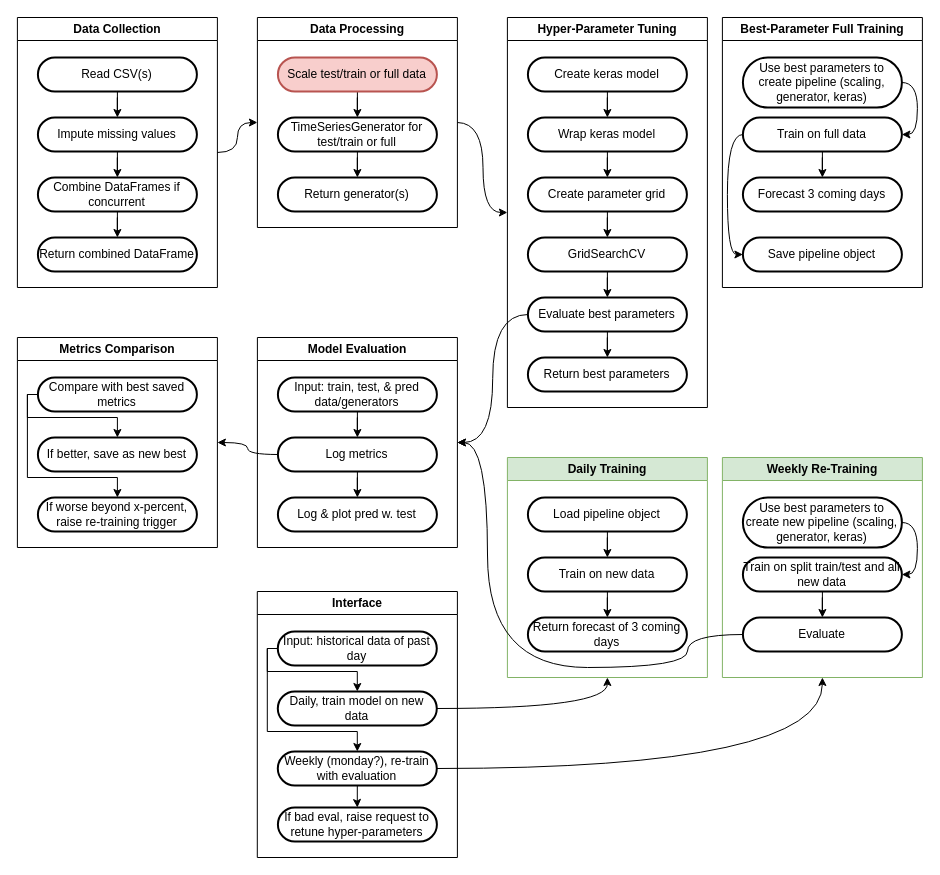
GabeLack/Machine-Learning-App keeps this draw.io diagram as RNN Diagram.drawio. Above is the earlier version. Source tidied: cells renumbered, new cells numbered last; positions are measured from the earlier drawing's top-left corner, leaving out a move shared by most shapes. Both pictures are drawn from the tidied source at 100%, with x=0, y=0 at pixel (17, 17).
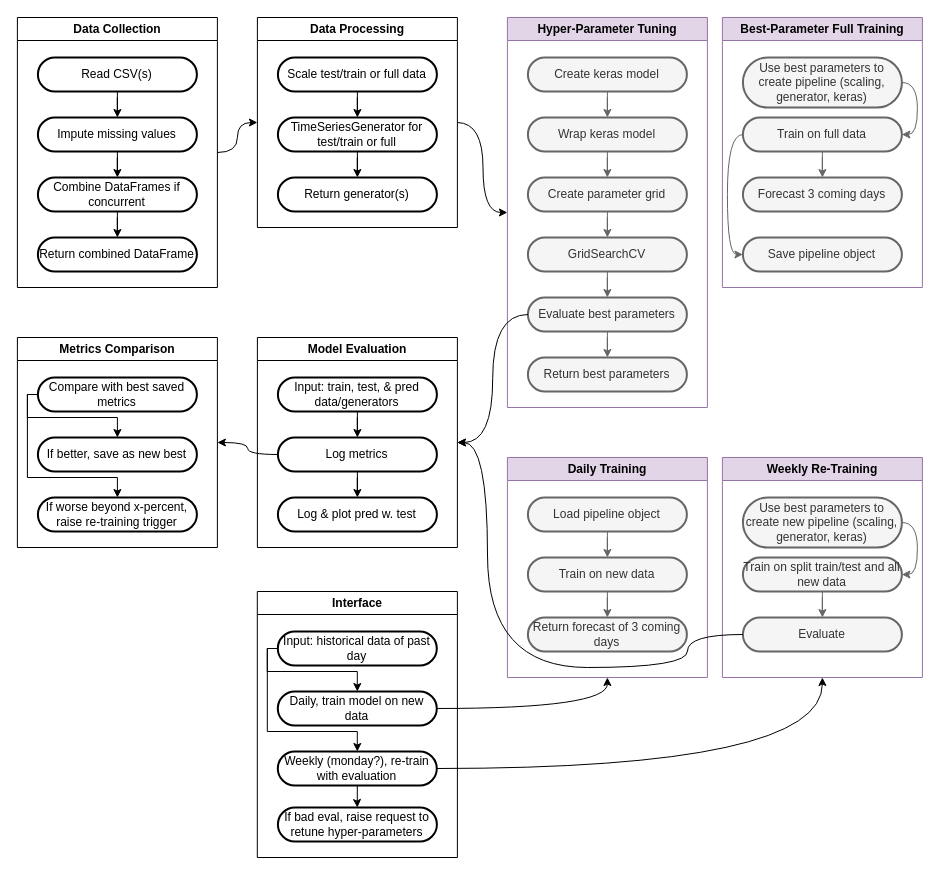
After the change.

Unchanged cells that the change refers to:
```xml
<mxCell id="12" value="Data Processing" style="swimlane;whiteSpace=wrap;html=1;" parent="1" vertex="1">
  <mxGeometry x="239.9" width="200" height="210" as="geometry" />
</mxCell>
```

What changed in the source:
```diff
@@
-    <mxCell id="14" value="Scale test/train or full data" style="rounded=1;whiteSpace=wrap;arcSize=50;strokeWidth=2;fillColor=#f8cecc;strokeColor=#b85450;" parent="12" vertex="1">
+    <mxCell id="14" value="Scale test/train or full data" style="rounded=1;whiteSpace=wrap;arcSize=50;strokeWidth=2;" parent="12" vertex="1">
       <mxGeometry x="20.5" y="40" width="159" height="34" as="geometry" />
     </mxCell>
@@
-    <mxCell id="24" value="Hyper-Parameter Tuning" style="swimlane;whiteSpace=wrap;html=1;" parent="1" vertex="1">
+    <mxCell id="24" value="Hyper-Parameter Tuning" style="swimlane;whiteSpace=wrap;html=1;fillColor=#e1d5e7;strokeColor=#9673a6;" parent="1" vertex="1">
       <mxGeometry x="489.9" width="200" height="390" as="geometry" />
     </mxCell>
@@
-    <mxCell id="28" style="edgeStyle=orthogonalEdgeStyle;rounded=0;jettySize=auto;html=1;entryX=0.5;entryY=0;entryDx=0;entryDy=0;" parent="24" edge="1" source="29" target="31">
+    <mxCell id="28" style="edgeStyle=orthogonalEdgeStyle;rounded=0;jettySize=auto;html=1;entryX=0.5;entryY=0;entryDx=0;entryDy=0;fillColor=#f5f5f5;strokeColor=#666666;" parent="24" edge="1" source="29" target="31">
       <mxGeometry relative="1" as="geometry" />
     </mxCell>
-    <mxCell id="29" value="Create keras model" style="rounded=1;whiteSpace=wrap;arcSize=50;strokeWidth=2;" parent="24" vertex="1">
+    <mxCell id="29" value="Create keras model" style="rounded=1;whiteSpace=wrap;arcSize=50;strokeWidth=2;fillColor=#f5f5f5;strokeColor=#666666;fontColor=#333333;" parent="24" vertex="1">
       <mxGeometry x="20.5" y="40" width="159" height="34" as="geometry" />
     </mxCell>
-    <mxCell id="30" style="edgeStyle=orthogonalEdgeStyle;rounded=0;jettySize=auto;html=1;entryX=0.5;entryY=0;entryDx=0;entryDy=0;" parent="24" edge="1" source="31" target="33">
+    <mxCell id="30" style="edgeStyle=orthogonalEdgeStyle;rounded=0;jettySize=auto;html=1;entryX=0.5;entryY=0;entryDx=0;entryDy=0;fillColor=#f5f5f5;strokeColor=#666666;" parent="24" edge="1" source="31" target="33">
       <mxGeometry relative="1" as="geometry" />
     </mxCell>
-    <mxCell id="31" value="Wrap keras model" style="rounded=1;whiteSpace=wrap;arcSize=50;strokeWidth=2;" parent="24" vertex="1">
+    <mxCell id="31" value="Wrap keras model" style="rounded=1;whiteSpace=wrap;arcSize=50;strokeWidth=2;fillColor=#f5f5f5;strokeColor=#666666;fontColor=#333333;" parent="24" vertex="1">
       <mxGeometry x="20.5" y="100" width="159" height="34" as="geometry" />
     </mxCell>
-    <mxCell id="32" style="edgeStyle=orthogonalEdgeStyle;rounded=0;jettySize=auto;html=1;" parent="24" edge="1" source="33" target="35">
+    <mxCell id="32" style="edgeStyle=orthogonalEdgeStyle;rounded=0;jettySize=auto;html=1;fillColor=#f5f5f5;strokeColor=#666666;" parent="24" edge="1" source="33" target="35">
       <mxGeometry relative="1" as="geometry" />
     </mxCell>
-    <mxCell id="33" value="Create parameter grid" style="rounded=1;whiteSpace=wrap;arcSize=50;strokeWidth=2;" parent="24" vertex="1">
+    <mxCell id="33" value="Create parameter grid" style="rounded=1;whiteSpace=wrap;arcSize=50;strokeWidth=2;fillColor=#f5f5f5;strokeColor=#666666;fontColor=#333333;" parent="24" vertex="1">
       <mxGeometry x="20.5" y="160" width="159" height="34" as="geometry" />
     </mxCell>
-    <mxCell id="34" style="edgeStyle=orthogonalEdgeStyle;rounded=0;jettySize=auto;html=1;" parent="24" edge="1" source="35" target="37">
+    <mxCell id="34" style="edgeStyle=orthogonalEdgeStyle;rounded=0;jettySize=auto;html=1;fillColor=#f5f5f5;strokeColor=#666666;" parent="24" edge="1" source="35" target="37">
       <mxGeometry relative="1" as="geometry" />
     </mxCell>
-    <mxCell id="35" value="GridSearchCV" style="rounded=1;whiteSpace=wrap;arcSize=50;strokeWidth=2;" parent="24" vertex="1">
+    <mxCell id="35" value="GridSearchCV" style="rounded=1;whiteSpace=wrap;arcSize=50;strokeWidth=2;fillColor=#f5f5f5;strokeColor=#666666;fontColor=#333333;" parent="24" vertex="1">
       <mxGeometry x="20.5" y="220" width="159" height="34" as="geometry" />
     </mxCell>
-    <mxCell id="36" style="edgeStyle=orthogonalEdgeStyle;rounded=0;jettySize=auto;html=1;" parent="24" edge="1" source="37" target="38">
+    <mxCell id="36" style="edgeStyle=orthogonalEdgeStyle;rounded=0;jettySize=auto;html=1;fillColor=#f5f5f5;strokeColor=#666666;" parent="24" edge="1" source="37" target="38">
       <mxGeometry relative="1" as="geometry" />
     </mxCell>
-    <mxCell id="37" value="Evaluate best parameters" style="rounded=1;whiteSpace=wrap;arcSize=50;strokeWidth=2;" parent="24" vertex="1">
+    <mxCell id="37" value="Evaluate best parameters" style="rounded=1;whiteSpace=wrap;arcSize=50;strokeWidth=2;fillColor=#f5f5f5;strokeColor=#666666;fontColor=#333333;" parent="24" vertex="1">
       <mxGeometry x="20.5" y="280" width="159" height="34" as="geometry" />
     </mxCell>
-    <mxCell id="38" value="Return best parameters" style="rounded=1;whiteSpace=wrap;arcSize=50;strokeWidth=2;" parent="24" vertex="1">
+    <mxCell id="38" value="Return best parameters" style="rounded=1;whiteSpace=wrap;arcSize=50;strokeWidth=2;fillColor=#f5f5f5;strokeColor=#666666;fontColor=#333333;" parent="24" vertex="1">
       <mxGeometry x="20.5" y="340" width="159" height="34" as="geometry" />
     </mxCell>
-    <mxCell id="39" value="Best-Parameter Full Training" style="swimlane;whiteSpace=wrap;html=1;" parent="1" vertex="1">
+    <mxCell id="39" value="Best-Parameter Full Training" style="swimlane;whiteSpace=wrap;html=1;fillColor=#e1d5e7;strokeColor=#9673a6;" parent="1" vertex="1">
       <mxGeometry x="704.9" width="200" height="270" as="geometry" />
     </mxCell>
@@
-    <mxCell id="43" style="edgeStyle=orthogonalEdgeStyle;rounded=0;jettySize=auto;html=1;entryX=1;entryY=0.5;entryDx=0;entryDy=0;curved=1;exitX=1;exitY=0.5;exitDx=0;exitDy=0;" parent="39" edge="1" source="44" target="47">
+    <mxCell id="43" style="edgeStyle=orthogonalEdgeStyle;rounded=0;jettySize=auto;html=1;entryX=1;entryY=0.5;entryDx=0;entryDy=0;curved=1;exitX=1;exitY=0.5;exitDx=0;exitDy=0;fillColor=#f5f5f5;strokeColor=#666666;" parent="39" edge="1" source="44" target="47">
       <mxGeometry relative="1" as="geometry">
         <Array as="points">
           <mxPoint x="195" y="65" />
           <mxPoint x="195" y="117" />
         </Array>
       </mxGeometry>
     </mxCell>
-    <mxCell id="44" value="Use best parameters to create pipeline (scaling, generator, keras)" style="rounded=1;whiteSpace=wrap;arcSize=50;strokeWidth=2;" parent="39" vertex="1">
+    <mxCell id="44" value="Use best parameters to create pipeline (scaling, generator, keras)" style="rounded=1;whiteSpace=wrap;arcSize=50;strokeWidth=2;fillColor=#f5f5f5;strokeColor=#666666;fontColor=#333333;" parent="39" vertex="1">
       <mxGeometry x="20.5" y="40" width="159" height="50" as="geometry" />
     </mxCell>
-    <mxCell id="45" style="edgeStyle=orthogonalEdgeStyle;rounded=0;jettySize=auto;html=1;entryX=0.5;entryY=0;entryDx=0;entryDy=0;" parent="39" edge="1" source="47" target="48">
+    <mxCell id="45" style="edgeStyle=orthogonalEdgeStyle;rounded=0;jettySize=auto;html=1;entryX=0.5;entryY=0;entryDx=0;entryDy=0;fillColor=#f5f5f5;strokeColor=#666666;" parent="39" edge="1" source="47" target="48">
       <mxGeometry relative="1" as="geometry" />
     </mxCell>
-    <mxCell id="46" style="edgeStyle=orthogonalEdgeStyle;rounded=0;jettySize=auto;html=1;entryX=0;entryY=0.5;entryDx=0;entryDy=0;curved=1;exitX=0;exitY=0.5;exitDx=0;exitDy=0;" parent="39" edge="1" source="47" target="49">
+    <mxCell id="46" style="edgeStyle=orthogonalEdgeStyle;rounded=0;jettySize=auto;html=1;entryX=0;entryY=0.5;entryDx=0;entryDy=0;curved=1;exitX=0;exitY=0.5;exitDx=0;exitDy=0;fillColor=#f5f5f5;strokeColor=#666666;" parent="39" edge="1" source="47" target="49">
       <mxGeometry relative="1" as="geometry">
         <Array as="points">
           <mxPoint x="5" y="117" />
           <mxPoint x="5" y="237" />
         </Array>
       </mxGeometry>
     </mxCell>
-    <mxCell id="47" value="Train on full data" style="rounded=1;whiteSpace=wrap;arcSize=50;strokeWidth=2;" parent="39" vertex="1">
+    <mxCell id="47" value="Train on full data" style="rounded=1;whiteSpace=wrap;arcSize=50;strokeWidth=2;fillColor=#f5f5f5;strokeColor=#666666;fontColor=#333333;" parent="39" vertex="1">
       <mxGeometry x="20.5" y="100" width="159" height="34" as="geometry" />
     </mxCell>
-    <mxCell id="48" value="Forecast 3 coming days" style="rounded=1;whiteSpace=wrap;arcSize=50;strokeWidth=2;" parent="39" vertex="1">
+    <mxCell id="48" value="Forecast 3 coming days" style="rounded=1;whiteSpace=wrap;arcSize=50;strokeWidth=2;fillColor=#f5f5f5;strokeColor=#666666;fontColor=#333333;" parent="39" vertex="1">
       <mxGeometry x="20.5" y="160" width="159" height="34" as="geometry" />
     </mxCell>
-    <mxCell id="49" value="Save pipeline object" style="rounded=1;whiteSpace=wrap;arcSize=50;strokeWidth=2;" parent="39" vertex="1">
+    <mxCell id="49" value="Save pipeline object" style="rounded=1;whiteSpace=wrap;arcSize=50;strokeWidth=2;fillColor=#f5f5f5;strokeColor=#666666;fontColor=#333333;" parent="39" vertex="1">
       <mxGeometry x="20.5" y="220" width="159" height="34" as="geometry" />
     </mxCell>
-    <mxCell id="50" value="Daily Training" style="swimlane;whiteSpace=wrap;html=1;fillColor=#d5e8d4;strokeColor=#82b366;" parent="1" vertex="1">
+    <mxCell id="50" value="Daily Training" style="swimlane;whiteSpace=wrap;html=1;fillColor=#e1d5e7;strokeColor=#9673a6;" parent="1" vertex="1">
       <mxGeometry x="489.9" y="440" width="200" height="220" as="geometry" />
     </mxCell>
@@
-    <mxCell id="54" style="edgeStyle=orthogonalEdgeStyle;rounded=0;jettySize=auto;html=1;" parent="50" edge="1" source="55" target="56">
+    <mxCell id="54" style="edgeStyle=orthogonalEdgeStyle;rounded=0;jettySize=auto;html=1;fillColor=#f5f5f5;strokeColor=#666666;" parent="50" edge="1" source="55" target="56">
       <mxGeometry relative="1" as="geometry" />
     </mxCell>
-    <mxCell id="55" value="Train on new data" style="rounded=1;whiteSpace=wrap;arcSize=50;strokeWidth=2;" parent="50" vertex="1">
+    <mxCell id="55" value="Train on new data" style="rounded=1;whiteSpace=wrap;arcSize=50;strokeWidth=2;fillColor=#f5f5f5;strokeColor=#666666;fontColor=#333333;" parent="50" vertex="1">
       <mxGeometry x="20.5" y="100" width="159" height="34" as="geometry" />
     </mxCell>
-    <mxCell id="56" value="Return forecast of 3 coming days" style="rounded=1;whiteSpace=wrap;arcSize=50;strokeWidth=2;" parent="50" vertex="1">
+    <mxCell id="56" value="Return forecast of 3 coming days" style="rounded=1;whiteSpace=wrap;arcSize=50;strokeWidth=2;fillColor=#f5f5f5;strokeColor=#666666;fontColor=#333333;" parent="50" vertex="1">
       <mxGeometry x="20.5" y="160" width="159" height="34" as="geometry" />
     </mxCell>
-    <mxCell id="57" style="edgeStyle=orthogonalEdgeStyle;rounded=0;jettySize=auto;html=1;" parent="50" edge="1" source="58" target="55">
+    <mxCell id="57" style="edgeStyle=orthogonalEdgeStyle;rounded=0;jettySize=auto;html=1;fillColor=#f5f5f5;strokeColor=#666666;" parent="50" edge="1" source="58" target="55">
       <mxGeometry relative="1" as="geometry" />
     </mxCell>
-    <mxCell id="58" value="Load pipeline object" style="rounded=1;whiteSpace=wrap;arcSize=50;strokeWidth=2;" parent="50" vertex="1">
+    <mxCell id="58" value="Load pipeline object" style="rounded=1;whiteSpace=wrap;arcSize=50;strokeWidth=2;fillColor=#f5f5f5;strokeColor=#666666;fontColor=#333333;" parent="50" vertex="1">
       <mxGeometry x="20.5" y="40" width="159" height="34" as="geometry" />
     </mxCell>
@@
-    <mxCell id="66" value="Weekly Re-Training" style="swimlane;whiteSpace=wrap;html=1;fillColor=#d5e8d4;strokeColor=#82b366;" parent="1" vertex="1">
+    <mxCell id="66" value="Weekly Re-Training" style="swimlane;whiteSpace=wrap;html=1;fillColor=#e1d5e7;strokeColor=#9673a6;" parent="1" vertex="1">
       <mxGeometry x="704.9" y="440" width="200" height="220" as="geometry" />
     </mxCell>
@@
-    <mxCell id="70" style="edgeStyle=orthogonalEdgeStyle;rounded=0;jettySize=auto;html=1;entryX=1;entryY=0.5;entryDx=0;entryDy=0;curved=1;exitX=1;exitY=0.5;exitDx=0;exitDy=0;" parent="66" edge="1" source="71" target="73">
+    <mxCell id="70" style="edgeStyle=orthogonalEdgeStyle;rounded=0;jettySize=auto;html=1;entryX=1;entryY=0.5;entryDx=0;entryDy=0;curved=1;exitX=1;exitY=0.5;exitDx=0;exitDy=0;fillColor=#f5f5f5;strokeColor=#666666;" parent="66" edge="1" source="71" target="73">
       <mxGeometry relative="1" as="geometry">
         <Array as="points">
           <mxPoint x="195" y="65" />
           <mxPoint x="195" y="117" />
         </Array>
       </mxGeometry>
     </mxCell>
-    <mxCell id="71" value="Use best parameters to create new pipeline (scaling, generator, keras)" style="rounded=1;whiteSpace=wrap;arcSize=50;strokeWidth=2;" parent="66" vertex="1">
+    <mxCell id="71" value="Use best parameters to create new pipeline (scaling, generator, keras)" style="rounded=1;whiteSpace=wrap;arcSize=50;strokeWidth=2;fillColor=#f5f5f5;strokeColor=#666666;fontColor=#333333;" parent="66" vertex="1">
       <mxGeometry x="20.5" y="40" width="159" height="50" as="geometry" />
     </mxCell>
-    <mxCell id="72" style="edgeStyle=orthogonalEdgeStyle;rounded=0;jettySize=auto;html=1;" parent="66" edge="1" source="73" target="74">
+    <mxCell id="72" style="edgeStyle=orthogonalEdgeStyle;rounded=0;jettySize=auto;html=1;fillColor=#f5f5f5;strokeColor=#666666;" parent="66" edge="1" source="73" target="74">
       <mxGeometry relative="1" as="geometry" />
     </mxCell>
-    <mxCell id="73" value="Train on split train/test and all new data" style="rounded=1;whiteSpace=wrap;arcSize=50;strokeWidth=2;" parent="66" vertex="1">
+    <mxCell id="73" value="Train on split train/test and all new data" style="rounded=1;whiteSpace=wrap;arcSize=50;strokeWidth=2;fillColor=#f5f5f5;strokeColor=#666666;fontColor=#333333;" parent="66" vertex="1">
       <mxGeometry x="20.5" y="100" width="159" height="34" as="geometry" />
     </mxCell>
-    <mxCell id="74" value="Evaluate" style="rounded=1;whiteSpace=wrap;arcSize=50;strokeWidth=2;" parent="66" vertex="1">
+    <mxCell id="74" value="Evaluate" style="rounded=1;whiteSpace=wrap;arcSize=50;strokeWidth=2;fillColor=#f5f5f5;strokeColor=#666666;fontColor=#333333;" parent="66" vertex="1">
       <mxGeometry x="20.5" y="160" width="159" height="34" as="geometry" />
     </mxCell>
```
